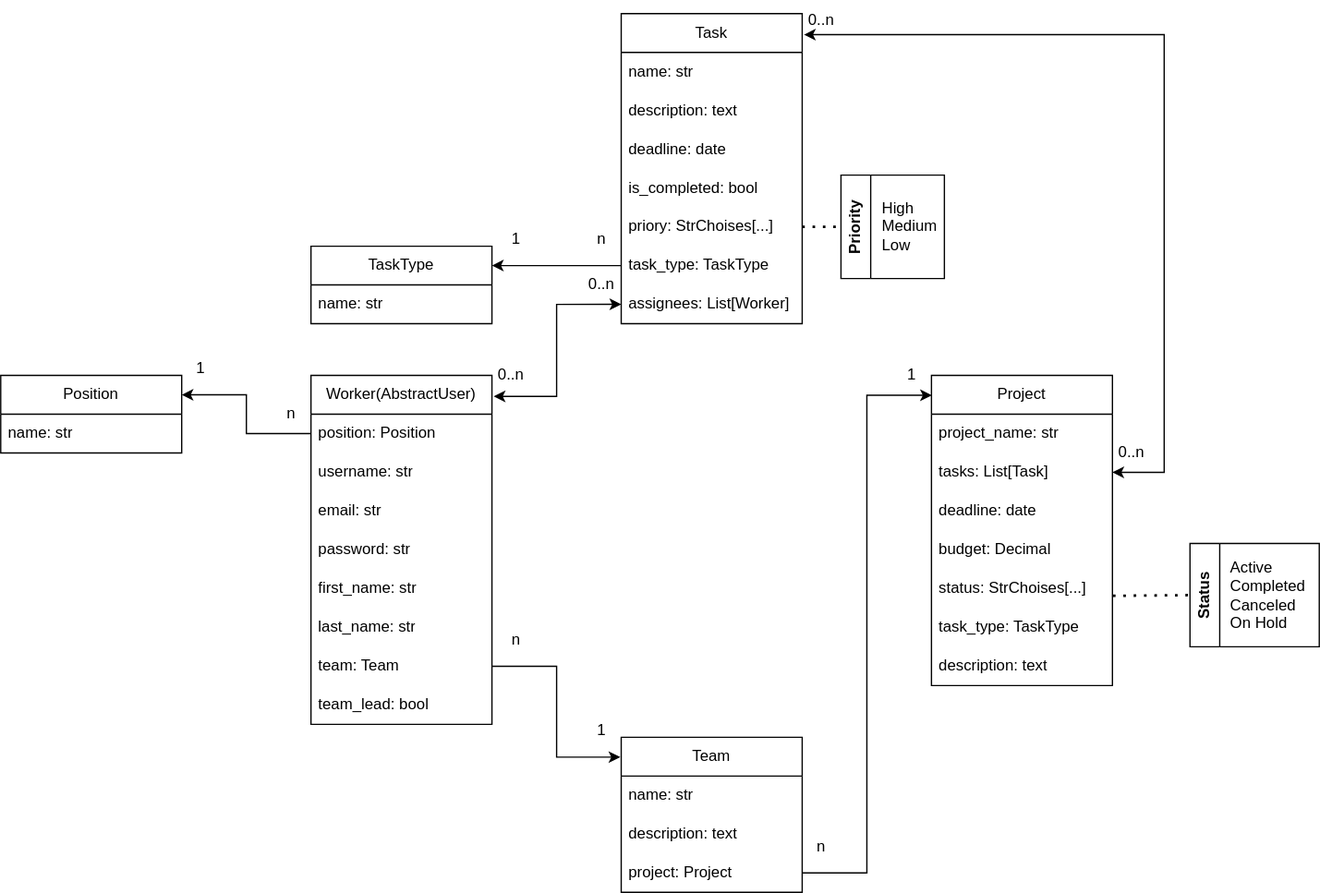
Earlier version of the draw.io export models_diagram.svg (Wenhun/it_company_task_manager). Source tidied: cells renumbered, new cells last; positions are measured from the earlier drawing's top-left corner, leaving out a move shared by most shapes.
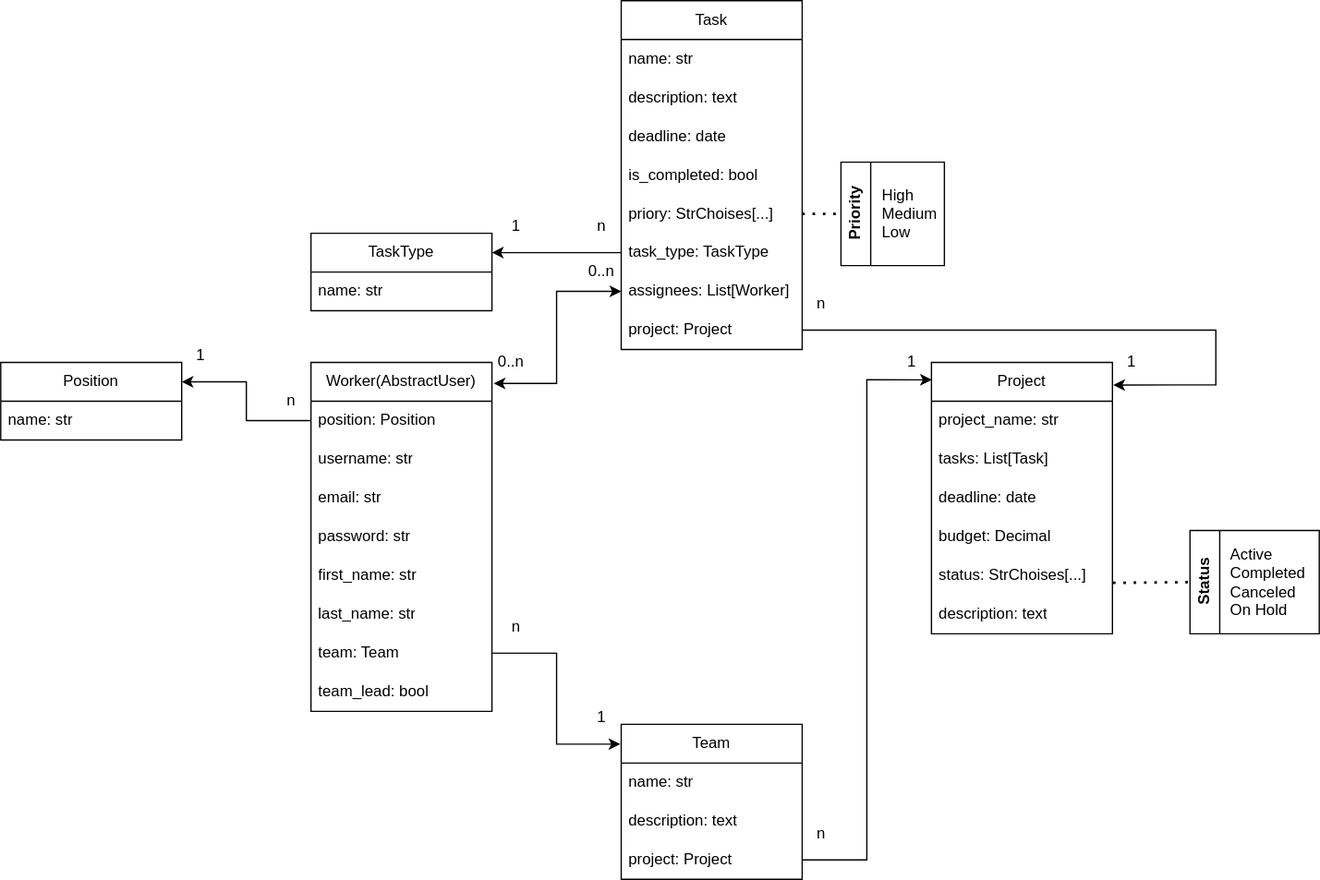
After the commit.

Commit message:
change relationship between models 'Project' and 'Task' to 'one to many'

Diff of the diagram source:
```diff
@@ -9,7 +9,7 @@
       <mxGeometry y="30" width="140" height="30" as="geometry" />
     </mxCell>
     <mxCell id="4" value="Task" style="swimlane;fontStyle=0;horizontal=1;startSize=30;whiteSpace=wrap;html=1;" parent="1" vertex="1">
-      <mxGeometry x="480" y="10" width="140" height="240" as="geometry" />
+      <mxGeometry x="480" y="10" width="140" height="270" as="geometry" />
     </mxCell>
     <mxCell id="5" value="name: str" style="text;strokeColor=none;fillColor=none;align=left;verticalAlign=middle;spacingLeft=4;spacingRight=4;overflow=hidden;whiteSpace=wrap;html=1;" parent="4" vertex="1">
       <mxGeometry y="30" width="140" height="30" as="geometry" />
@@ -32,6 +32,9 @@
     <mxCell id="11" value="assignees: List[Worker]" style="text;strokeColor=none;fillColor=none;align=left;verticalAlign=middle;spacingLeft=4;spacingRight=4;overflow=hidden;points=[[0,0.5],[1,0.5]];portConstraint=eastwest;whiteSpace=wrap;html=1;" parent="4" vertex="1">
       <mxGeometry y="210" width="140" height="30" as="geometry" />
     </mxCell>
+    <mxCell id="59" value="project: Project" style="text;strokeColor=none;fillColor=none;align=left;verticalAlign=middle;spacingLeft=4;spacingRight=4;overflow=hidden;points=[[0,0.5],[1,0.5]];portConstraint=eastwest;whiteSpace=wrap;html=1;" parent="4" vertex="1">
+      <mxGeometry y="240" width="140" height="30" as="geometry" />
+    </mxCell>
     <mxCell id="12" value="Worker(AbstractUser)" style="swimlane;fontStyle=0;horizontal=1;startSize=30;whiteSpace=wrap;html=1;" parent="1" vertex="1">
       <mxGeometry x="240" y="290" width="140" height="270" as="geometry" />
     </mxCell>
@@ -78,7 +81,7 @@
       <mxGeometry y="90" width="140" height="30" as="geometry" />
     </mxCell>
     <mxCell id="27" value="Project" style="swimlane;fontStyle=0;horizontal=1;startSize=30;whiteSpace=wrap;html=1;" parent="1" vertex="1">
-      <mxGeometry x="720" y="290" width="140" height="240" as="geometry" />
+      <mxGeometry x="720" y="290" width="140" height="210" as="geometry" />
     </mxCell>
     <mxCell id="28" value="project_name: str" style="text;strokeColor=none;fillColor=none;align=left;verticalAlign=middle;spacingLeft=4;spacingRight=4;overflow=hidden;whiteSpace=wrap;html=1;" parent="27" vertex="1">
       <mxGeometry y="30" width="140" height="30" as="geometry" />
@@ -95,11 +98,8 @@
     <mxCell id="32" value="status: StrChoises[...]" style="text;strokeColor=none;fillColor=none;align=left;verticalAlign=middle;spacingLeft=4;spacingRight=4;overflow=hidden;points=[[0,0.5],[1,0.5]];portConstraint=eastwest;whiteSpace=wrap;html=1;" parent="27" vertex="1">
       <mxGeometry y="150" width="140" height="30" as="geometry" />
     </mxCell>
-    <mxCell id="33" value="task_type: TaskType" style="text;strokeColor=none;fillColor=none;align=left;verticalAlign=middle;spacingLeft=4;spacingRight=4;overflow=hidden;whiteSpace=wrap;html=1;" parent="27" vertex="1">
-      <mxGeometry y="180" width="140" height="30" as="geometry" />
-    </mxCell>
     <mxCell id="34" value="description: text" style="text;strokeColor=none;fillColor=none;align=left;verticalAlign=middle;spacingLeft=4;spacingRight=4;overflow=hidden;whiteSpace=wrap;html=1;" parent="27" vertex="1">
-      <mxGeometry y="210" width="140" height="30" as="geometry" />
+      <mxGeometry y="180" width="140" height="30" as="geometry" />
     </mxCell>
     <mxCell id="35" value="Priority" style="swimlane;horizontal=0;whiteSpace=wrap;html=1;startSize=23;" parent="1" vertex="1">
       <mxGeometry x="650" y="135" width="80" height="80" as="geometry" />
@@ -127,14 +127,6 @@
     <mxCell id="41" style="edgeStyle=orthogonalEdgeStyle;rounded=0;jettySize=auto;html=1;entryX=1;entryY=0.25;entryDx=0;entryDy=0;" parent="1" edge="1" source="10" target="2">
       <mxGeometry relative="1" as="geometry" />
     </mxCell>
-    <mxCell id="42" style="endArrow=classic;startArrow=classic;html=1;rounded=0;entryX=1.01;entryY=0.068;entryDx=0;entryDy=0;entryPerimeter=0;exitX=1;exitY=0.5;exitDx=0;exitDy=0;edgeStyle=orthogonalEdgeStyle;" parent="1" edge="1" source="29" target="4">
-      <mxGeometry relative="1" as="geometry">
-        <Array as="points">
-          <mxPoint x="900" y="365" />
-          <mxPoint x="900" y="26" />
-        </Array>
-      </mxGeometry>
-    </mxCell>
     <mxCell id="43" style="edgeStyle=orthogonalEdgeStyle;rounded=0;jettySize=auto;html=1;entryX=0.002;entryY=0.064;entryDx=0;entryDy=0;entryPerimeter=0;" parent="1" edge="1" source="26" target="27">
       <mxGeometry relative="1" as="geometry" />
     </mxCell>
@@ -177,11 +169,19 @@
     <mxCell id="56" value="0..n" style="text;html=1;strokeColor=none;fillColor=none;align=center;verticalAlign=middle;whiteSpace=wrap;rounded=0;" parent="1" vertex="1">
       <mxGeometry x="450" y="205" width="30" height="30" as="geometry" />
     </mxCell>
-    <mxCell id="57" value="0..n" style="text;html=1;strokeColor=none;fillColor=none;align=center;verticalAlign=middle;whiteSpace=wrap;rounded=0;" parent="1" vertex="1">
-      <mxGeometry x="620" width="30" height="30" as="geometry" />
-    </mxCell>
-    <mxCell id="58" value="0..n" style="text;html=1;strokeColor=none;fillColor=none;align=center;verticalAlign=middle;whiteSpace=wrap;rounded=0;" parent="1" vertex="1">
-      <mxGeometry x="860" y="335" width="30" height="30" as="geometry" />
-    </mxCell>
+    <mxCell id="60" style="edgeStyle=orthogonalEdgeStyle;rounded=0;jettySize=auto;html=1;entryX=1.005;entryY=0.083;entryDx=0;entryDy=0;entryPerimeter=0;" parent="1" edge="1" source="59" target="27">
+      <mxGeometry relative="1" as="geometry">
+        <Array as="points">
+          <mxPoint x="940" y="265" />
+          <mxPoint x="940" y="307" />
+        </Array>
+      </mxGeometry>
+    </mxCell>
+    <mxCell id="61" value="1" style="text;html=1;strokeColor=none;fillColor=none;align=center;verticalAlign=middle;whiteSpace=wrap;rounded=0;" parent="1" vertex="1">
+      <mxGeometry x="860" y="275" width="30" height="30" as="geometry" />
+    </mxCell>
+    <mxCell id="62" value="n" style="text;html=1;strokeColor=none;fillColor=none;align=center;verticalAlign=middle;whiteSpace=wrap;rounded=0;" parent="1" vertex="1">
+      <mxGeometry x="620" y="230" width="30" height="30" as="geometry" />
+    </mxCell>
   </root>
 </mxGraphModel>
```
